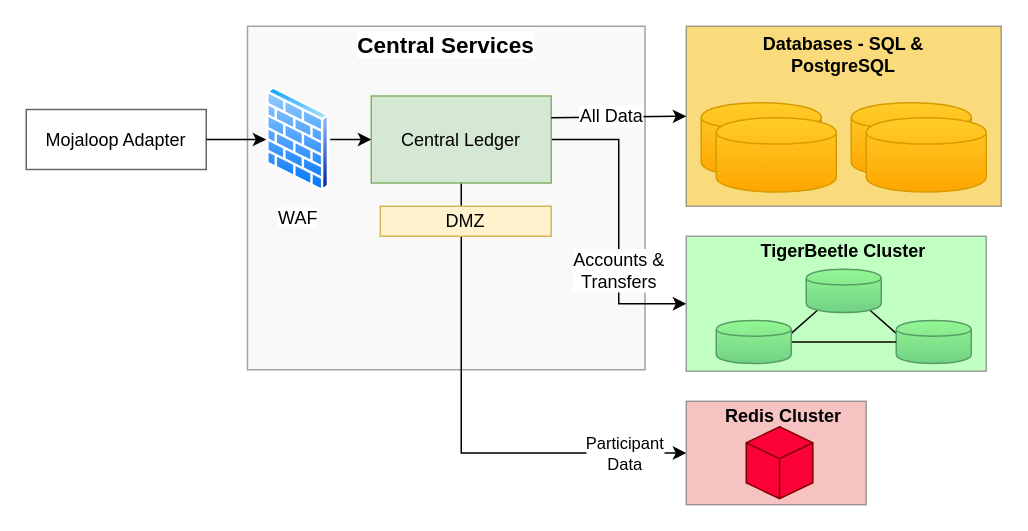
coilhq/mucoa keeps this draw.io diagram as page "to be - central ledger" (1 of 2) of solution_design/central-ledger-diagram-to-be.drawio. Above is the earlier version. Source tidied: cells renumbered, new cells numbered last; positions are measured from the earlier drawing's top-left corner, leaving out a move shared by most shapes. Both pictures are drawn from the tidied source at 150%, with x=0, y=0 at pixel (26, 26).
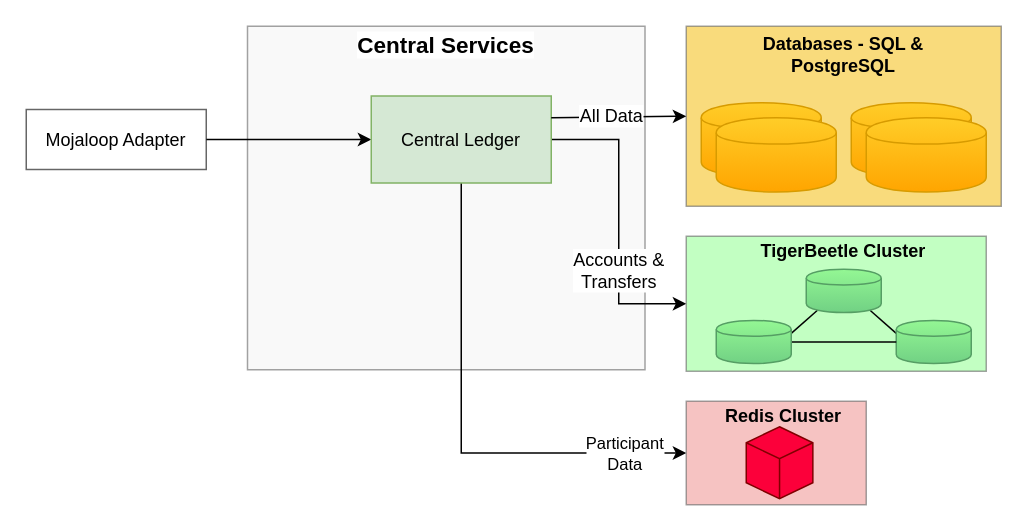
Above is the later version.

Unchanged cells that the change refers to:
```xml
<mxCell id="8" value="Mojaloop Adapter" style="rounded=0;whiteSpace=wrap;html=1;fontSize=12;opacity=60;fontStyle=0;" parent="1" vertex="1">
  <mxGeometry y="55.5" width="120" height="40" as="geometry" />
</mxCell>
<mxCell id="11" value="&lt;font color=&quot;#000000&quot;&gt;&lt;span&gt;Central Ledger&lt;/span&gt;&lt;br&gt;&lt;/font&gt;" style="rounded=0;whiteSpace=wrap;html=1;fillColor=#d5e8d4;strokeColor=#82b366;fontStyle=0;" parent="1" vertex="1">
  <mxGeometry x="230" y="46.5" width="120" height="58" as="geometry" />
</mxCell>
```

What changed in the source:
```diff
@@
-    <mxCell id="7" style="edgeStyle=orthogonalEdgeStyle;rounded=1;jettySize=auto;html=1;exitX=1;exitY=0.5;exitDx=0;exitDy=0;entryX=0;entryY=0.5;entryDx=0;entryDy=0;fontSize=12;" parent="1" edge="1" source="8" target="17">
+    <mxCell id="7" style="edgeStyle=orthogonalEdgeStyle;rounded=1;jettySize=auto;html=1;exitX=1;exitY=0.5;exitDx=0;exitDy=0;entryX=0;entryY=0.5;entryDx=0;entryDy=0;fontSize=12;" parent="1" edge="1" source="8" target="11">
       <mxGeometry relative="1" as="geometry" />
     </mxCell>
@@
-    <mxCell id="12" value="&lt;font color=&quot;#000000&quot;&gt;DMZ&lt;/font&gt;" style="rounded=0;whiteSpace=wrap;html=1;fillColor=#fff2cc;strokeColor=#d6b656;" parent="1" vertex="1">
-      <mxGeometry x="236" y="120" width="114" height="20" as="geometry" />
-    </mxCell>
@@
-    <mxCell id="16" style="edgeStyle=orthogonalEdgeStyle;rounded=1;jettySize=auto;html=1;exitX=1;exitY=0.5;exitDx=0;exitDy=0;fontSize=12;" parent="1" edge="1" source="17" target="11">
-      <mxGeometry relative="1" as="geometry" />
-    </mxCell>
-    <mxCell id="17" value="WAF" style="perimeter=ellipsePerimeter;html=1;align=center;shadow=0;dashed=0;spacingTop=3;image;image=img/lib/active_directory/firewall.svg;fontSize=12;" parent="1" vertex="1">
-      <mxGeometry x="160" y="40.5" width="42.7" height="70" as="geometry" />
-    </mxCell>
```
